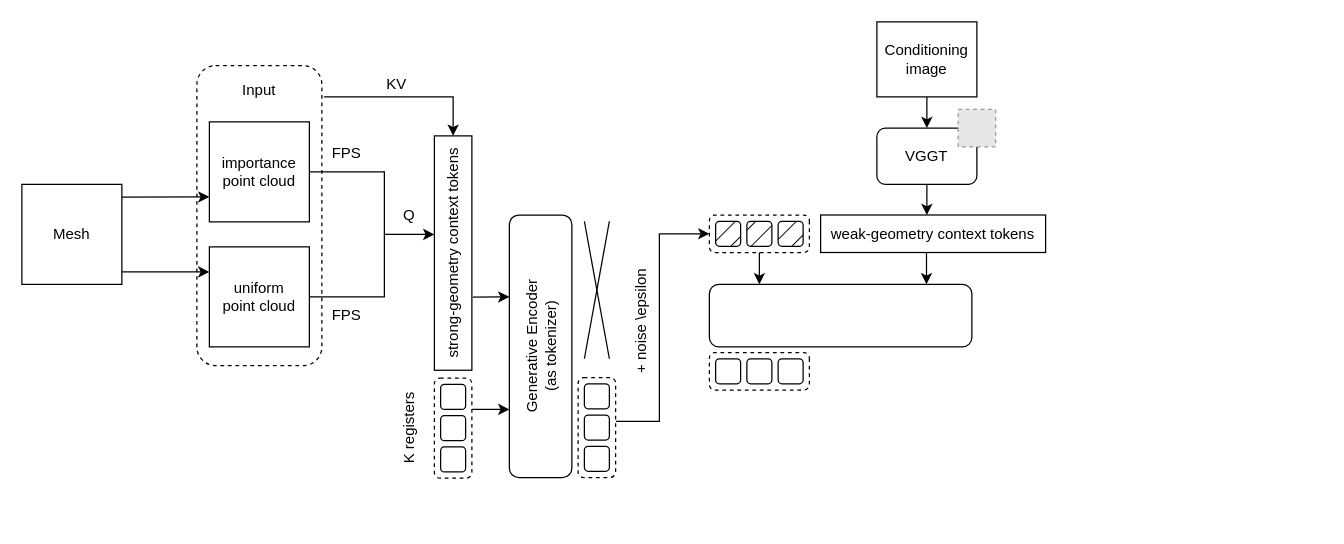
Above: teaser.drawio in NathanRouille/HY3DGS (draw.io), before the change. Source tidied: cells renumbered, new cells numbered last; positions are measured from the earlier drawing's top-left corner, leaving out a move shared by most shapes. Both pictures are drawn from the tidied source at 125%, with x=0, y=0 at pixel (21, 21). Pictures stored in the file or linked from it are replaced by grey dashed boxes.
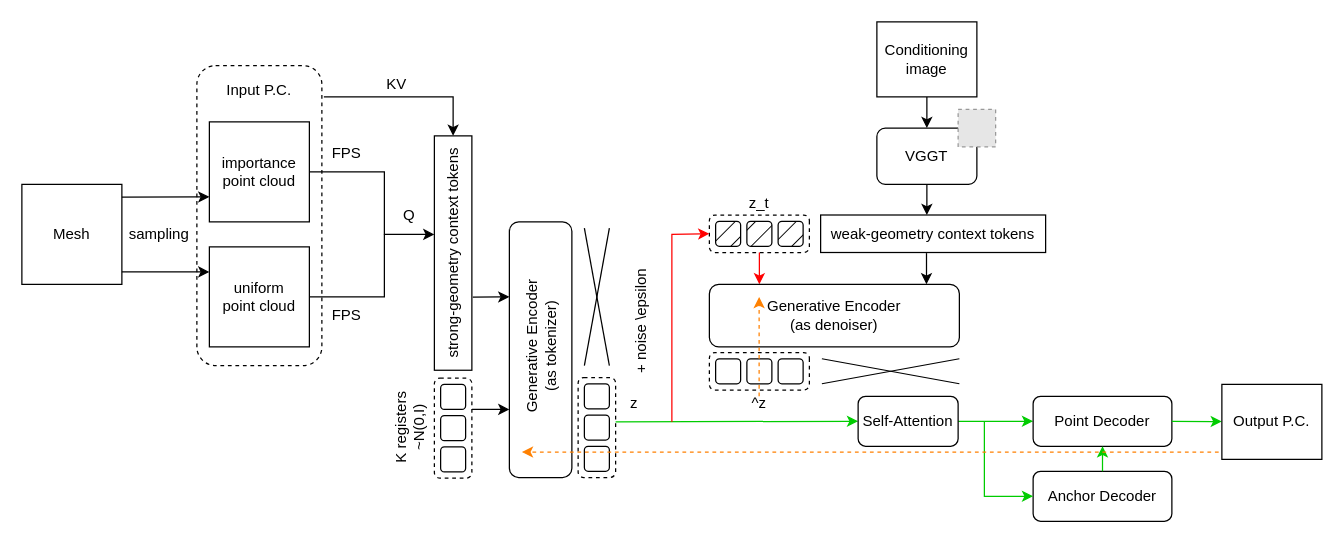
The same page after the edit.

The change refers to these unchanged cells:
```xml
<mxCell id="3" style="rounded=1;whiteSpace=wrap;html=1;dashed=1;rotation=90;" parent="1" vertex="1">
  <mxGeometry x="575" y="129.5" width="30" height="80" as="geometry" />
</mxCell>
<mxCell id="4" style="rounded=1;whiteSpace=wrap;html=1;dashed=1;" parent="1" vertex="1">
  <mxGeometry x="445" y="284.5" width="30" height="80" as="geometry" />
</mxCell>
```

Change to the diagram source:
```diff
@@
-    <mxCell id="17" value="Input" style="text;html=1;whiteSpace=wrap;strokeColor=none;fillColor=none;align=center;verticalAlign=middle;rounded=0;" parent="1" vertex="1">
+    <mxCell id="17" value="Input P.C." style="text;html=1;whiteSpace=wrap;strokeColor=none;fillColor=none;align=center;verticalAlign=middle;rounded=0;" parent="1" vertex="1">
       <mxGeometry x="160" y="40" width="60" height="30" as="geometry" />
     </mxCell>
@@
-    <mxCell id="22" value="K registers" style="text;html=1;whiteSpace=wrap;strokeColor=none;fillColor=none;align=center;verticalAlign=middle;rounded=0;rotation=-90;" parent="1" vertex="1">
-      <mxGeometry x="280" y="310" width="60" height="30" as="geometry" />
+    <mxCell id="22" value="K registers&lt;div&gt;~N(0,I)&lt;/div&gt;" style="text;html=1;whiteSpace=wrap;strokeColor=none;fillColor=none;align=center;verticalAlign=middle;rounded=0;rotation=-90;" parent="1" vertex="1">
+      <mxGeometry x="280" y="299.5" width="60" height="50" as="geometry" />
     </mxCell>
     <mxCell id="23" style="rounded=1;whiteSpace=wrap;html=1;" parent="1" vertex="1">
-      <mxGeometry x="390" y="154.5" width="50" height="210" as="geometry" />
+      <mxGeometry x="390" y="160" width="50" height="204.5" as="geometry" />
     </mxCell>
@@
     <mxCell id="29" style="endArrow=none;html=1;rounded=0;" parent="1" edge="1">
       <mxGeometry relative="1" as="geometry">
-        <mxPoint x="470" y="159.5" as="sourcePoint" />
-        <mxPoint x="450" y="269.5" as="targetPoint" />
+        <mxPoint x="470" y="165" as="sourcePoint" />
+        <mxPoint x="450" y="275" as="targetPoint" />
       </mxGeometry>
     </mxCell>
     <mxCell id="30" style="endArrow=none;html=1;rounded=0;" parent="1" edge="1">
       <mxGeometry relative="1" as="geometry">
-        <mxPoint x="450" y="159.5" as="sourcePoint" />
-        <mxPoint x="470" y="269.5" as="targetPoint" />
+        <mxPoint x="450" y="165" as="sourcePoint" />
+        <mxPoint x="470" y="275" as="targetPoint" />
       </mxGeometry>
     </mxCell>
@@
-    <mxCell id="37" style="endArrow=classic;html=1;rounded=0;exitX=1.01;exitY=0.438;exitDx=0;exitDy=0;exitPerimeter=0;" parent="1" edge="1" source="4">
-      <mxGeometry relative="1" as="geometry">
-        <mxPoint x="550" y="169.5" as="targetPoint" />
-        <Array as="points">
-          <mxPoint x="510" y="319.6" />
-          <mxPoint x="510" y="169.5" />
-        </Array>
-      </mxGeometry>
-    </mxCell>
@@
-    <mxCell id="42" style="endArrow=classic;html=1;rounded=0;exitX=1;exitY=0.5;exitDx=0;exitDy=0;" parent="1" edge="1" source="3">
+    <mxCell id="42" style="endArrow=classic;html=1;rounded=0;exitX=1;exitY=0.5;exitDx=0;exitDy=0;strokeColor=#FF0000;" parent="1" edge="1" source="3">
       <mxGeometry relative="1" as="geometry">
         <mxPoint x="590" y="210" as="targetPoint" />
       </mxGeometry>
     </mxCell>
@@
     <mxCell id="50" style="rounded=1;whiteSpace=wrap;html=1;rotation=90;" parent="1" vertex="1">
-      <mxGeometry x="630" y="130" width="50" height="210" as="geometry" />
+      <mxGeometry x="625" y="135" width="50" height="200" as="geometry" />
     </mxCell>
@@
+    <mxCell id="54" value="Generative Encoder&lt;div&gt;(as denoiser)&lt;/div&gt;" style="text;html=1;whiteSpace=wrap;strokeColor=none;fillColor=none;align=center;verticalAlign=middle;rounded=0;rotation=0;" parent="1" vertex="1">
+      <mxGeometry x="570" y="220" width="160" height="30" as="geometry" />
+    </mxCell>
+    <mxCell id="55" style="endArrow=none;html=1;rounded=0;" parent="1" edge="1">
+      <mxGeometry relative="1" as="geometry">
+        <mxPoint x="750" y="289.5" as="sourcePoint" />
+        <mxPoint x="640" y="269.5" as="targetPoint" />
+      </mxGeometry>
+    </mxCell>
+    <mxCell id="56" style="endArrow=none;html=1;rounded=0;" parent="1" edge="1">
+      <mxGeometry relative="1" as="geometry">
+        <mxPoint x="750" y="269.5" as="sourcePoint" />
+        <mxPoint x="640" y="289.5" as="targetPoint" />
+      </mxGeometry>
+    </mxCell>
+    <mxCell id="57" value="z" style="text;html=1;whiteSpace=wrap;strokeColor=none;fillColor=none;align=center;verticalAlign=middle;rounded=0;" parent="1" vertex="1">
+      <mxGeometry x="460" y="290" width="60" height="30" as="geometry" />
+    </mxCell>
+    <mxCell id="58" value="^z" style="text;html=1;whiteSpace=wrap;strokeColor=none;fillColor=none;align=center;verticalAlign=middle;rounded=0;" parent="1" vertex="1">
+      <mxGeometry x="560" y="289.5" width="60" height="30" as="geometry" />
+    </mxCell>
+    <mxCell id="59" style="endArrow=classic;html=1;rounded=0;entryX=0;entryY=0.5;entryDx=0;entryDy=0;exitX=0.25;exitY=1;exitDx=0;exitDy=0;strokeColor=#00CC00;" parent="1" edge="1" source="57" target="62">
+      <mxGeometry relative="1" as="geometry" />
+    </mxCell>
+    <mxCell id="60" value="z_t" style="text;html=1;whiteSpace=wrap;strokeColor=none;fillColor=none;align=center;verticalAlign=middle;rounded=0;" parent="1" vertex="1">
+      <mxGeometry x="560" y="129.5" width="60" height="30" as="geometry" />
+    </mxCell>
+    <mxCell id="61" style="edgeStyle=orthogonalEdgeStyle;rounded=0;jettySize=auto;html=1;strokeColor=#00CC00;" parent="1" edge="1" source="62" target="63">
+      <mxGeometry relative="1" as="geometry" />
+    </mxCell>
+    <mxCell id="62" value="Self-Attention" style="rounded=1;whiteSpace=wrap;html=1;" parent="1" vertex="1">
+      <mxGeometry x="669" y="299.5" width="80" height="40" as="geometry" />
+    </mxCell>
+    <mxCell id="63" value="Point Decoder" style="whiteSpace=wrap;html=1;rounded=1;" parent="1" vertex="1">
+      <mxGeometry x="809" y="299.5" width="111" height="40" as="geometry" />
+    </mxCell>
+    <mxCell id="64" value="Anchor Decoder" style="whiteSpace=wrap;html=1;rounded=1;" parent="1" vertex="1">
+      <mxGeometry x="809" y="359.5" width="111" height="40" as="geometry" />
+    </mxCell>
+    <mxCell id="65" style="endArrow=classic;html=1;rounded=0;entryX=0;entryY=0.5;entryDx=0;entryDy=0;strokeColor=#00CC00;" parent="1" edge="1" target="64">
+      <mxGeometry relative="1" as="geometry">
+        <mxPoint x="770" y="320" as="sourcePoint" />
+        <Array as="points">
+          <mxPoint x="770" y="379.5" />
+        </Array>
+      </mxGeometry>
+    </mxCell>
+    <mxCell id="66" style="endArrow=classic;html=1;rounded=0;exitX=0.5;exitY=0;exitDx=0;exitDy=0;entryX=0.5;entryY=1;entryDx=0;entryDy=0;strokeColor=#00CC00;" parent="1" edge="1" source="64" target="63">
+      <mxGeometry relative="1" as="geometry" />
+    </mxCell>
+    <mxCell id="67" style="endArrow=classic;html=1;rounded=0;exitX=1;exitY=0.5;exitDx=0;exitDy=0;strokeColor=#00CC00;" parent="1" edge="1" source="63" target="68">
+      <mxGeometry relative="1" as="geometry" />
+    </mxCell>
+    <mxCell id="68" value="Output P.C." style="rounded=0;whiteSpace=wrap;html=1;" parent="1" vertex="1">
+      <mxGeometry x="960" y="290" width="80" height="60" as="geometry" />
+    </mxCell>
+    <mxCell id="69" style="endArrow=classic;html=1;rounded=0;exitX=-0.032;exitY=0.902;exitDx=0;exitDy=0;exitPerimeter=0;strokeColor=#FF8000;dashed=1;" parent="1" edge="1" source="68">
+      <mxGeometry relative="1" as="geometry">
+        <mxPoint x="400" y="344.1" as="targetPoint" />
+      </mxGeometry>
+    </mxCell>
+    <mxCell id="70" style="endArrow=classic;html=1;rounded=0;strokeColor=#FF8000;dashed=1;exitX=0.497;exitY=0.5;exitDx=0;exitDy=0;exitPerimeter=0;" parent="1" edge="1">
+      <mxGeometry relative="1" as="geometry">
+        <mxPoint x="589.8" y="299.5" as="sourcePoint" />
+        <mxPoint x="589.8" y="220" as="targetPoint" />
+      </mxGeometry>
+    </mxCell>
+    <mxCell id="71" style="endArrow=classic;html=1;rounded=0;exitX=1;exitY=1;exitDx=0;exitDy=0;entryX=0.5;entryY=1;entryDx=0;entryDy=0;strokeColor=#FF0000;" parent="1" edge="1" source="57" target="3">
+      <mxGeometry relative="1" as="geometry">
+        <Array as="points">
+          <mxPoint x="520" y="170" />
+        </Array>
+      </mxGeometry>
+    </mxCell>
+    <mxCell id="72" value="sampling" style="text;html=1;whiteSpace=wrap;strokeColor=none;fillColor=none;align=center;verticalAlign=middle;rounded=0;" parent="1" vertex="1">
+      <mxGeometry x="80" y="155" width="60" height="30" as="geometry" />
+    </mxCell>
```
